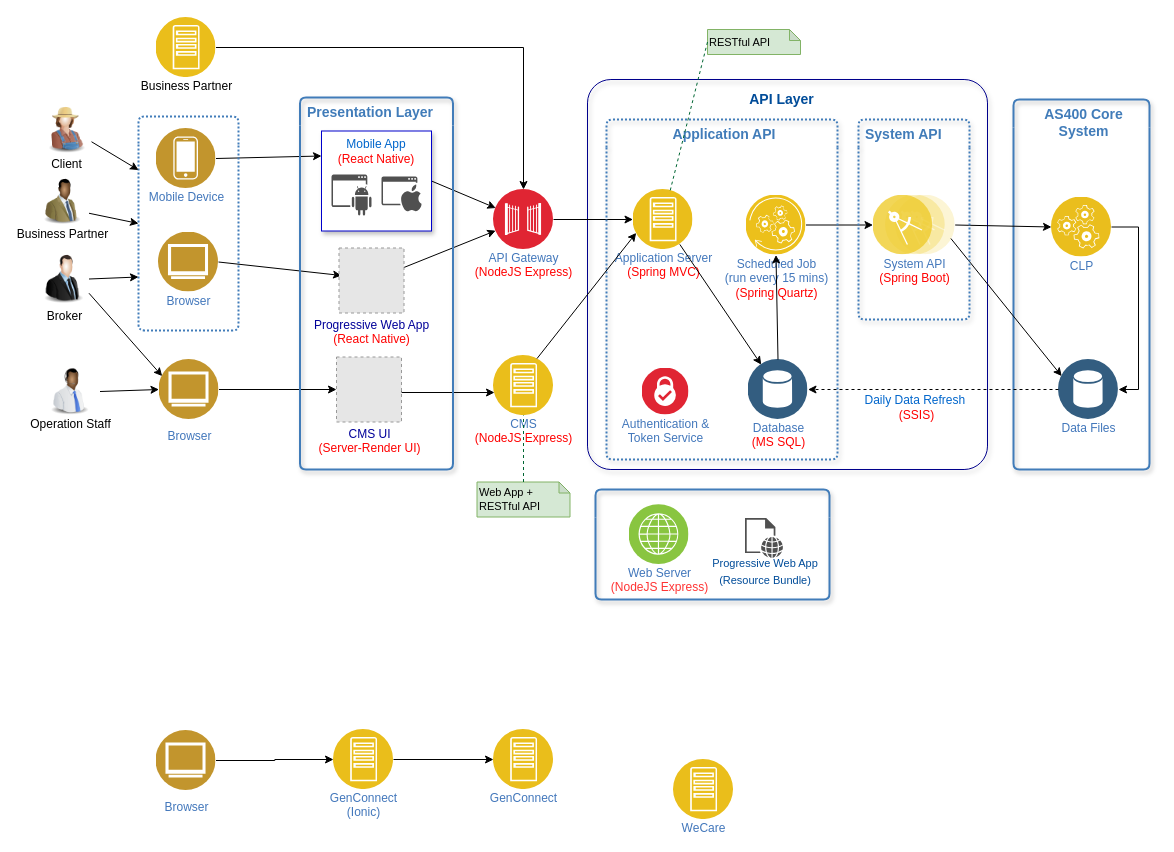
This is page "Logical Component" (1 of 3) of Target_Architecture.drawio from whalebig27/change-request-process-diagram, a draw.io file, before an edit. Source tidied: cells renumbered, new cells numbered last; positions are measured from the earlier drawing's top-left corner, leaving out a move shared by most shapes. Both pictures are drawn from the tidied source at 100%, with x=0, y=0 at pixel (36, 17). Pictures stored in the file or linked from it are replaced by grey dashed boxes.
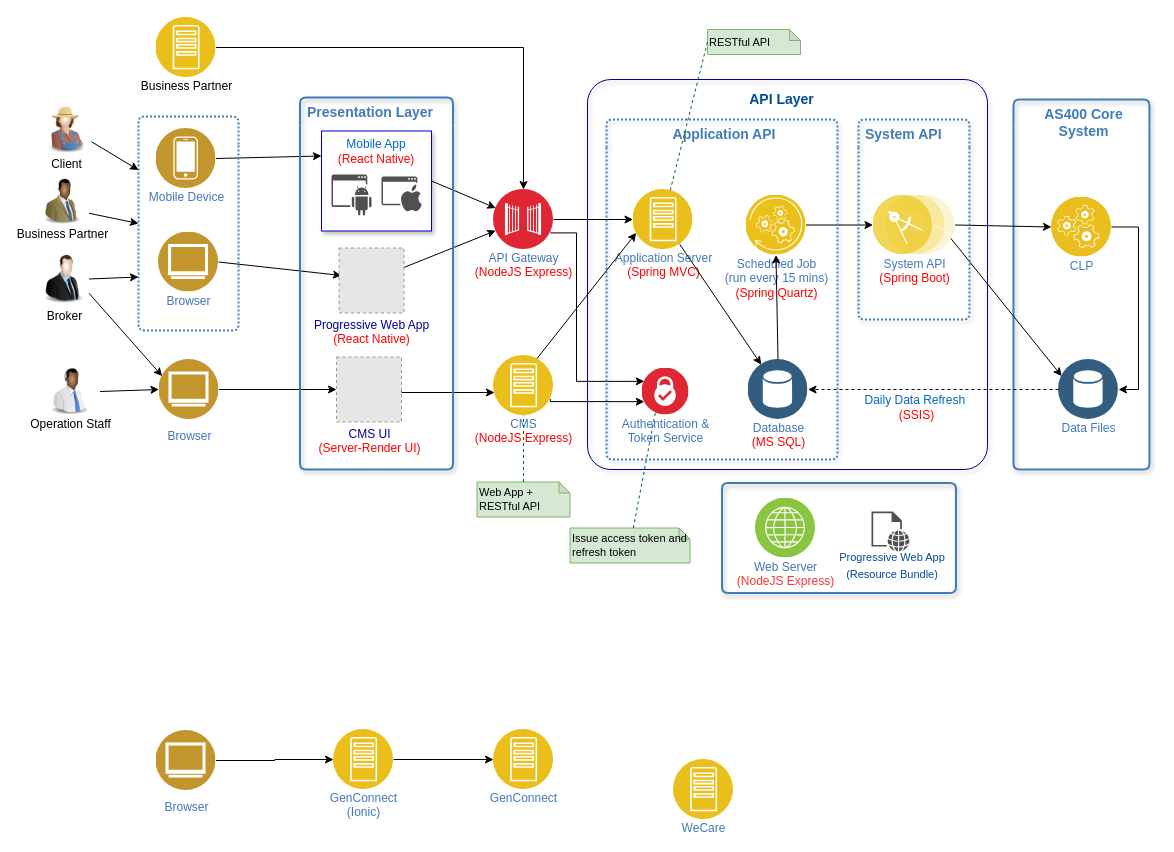
Above is the later version.

Unchanged cells that the change refers to:
```xml
<mxCell id="5" value="API Gateway&lt;br&gt;&lt;font color=&quot;#ff0000&quot;&gt;(NodeJS Express)&lt;/font&gt;&lt;br&gt;" style="perimeter=ellipsePerimeter;html=1;align=center;shadow=0;dashed=0;fontColor=#4277BB;labelBackgroundColor=#ffffff;fontSize=12;spacingTop=-5;image;image=img/lib/ibm/security/gateway.svg;" parent="1" vertex="1">
  <mxGeometry x="457" y="172" width="60" height="60" as="geometry" />
</mxCell>
<mxCell id="40" value="Authentication &amp;amp; &lt;br&gt;Token Service" style="perimeter=ellipsePerimeter;html=1;align=center;shadow=0;dashed=0;fontColor=#4277BB;labelBackgroundColor=#ffffff;fontSize=12;spacingTop=-5;image;image=img/lib/ibm/security/security_services.svg;strokeColor=#00008C;strokeWidth=1;fillColor=none;" parent="34" vertex="1">
  <mxGeometry x="35.5" y="248.5" width="47" height="47" as="geometry" />
</mxCell>
<mxCell id="54" value="&lt;font style=&quot;font-size: 12px&quot;&gt;CMS&lt;br&gt;&lt;font color=&quot;#ff0000&quot;&gt;(NodeJS Express)&lt;/font&gt;&lt;br&gt;&lt;/font&gt;" style="perimeter=ellipsePerimeter;html=1;align=center;shadow=0;dashed=0;fontColor=#4277BB;labelBackgroundColor=#ffffff;fontSize=12;spacingTop=-5;image;image=img/lib/ibm/applications/app_server.svg;" parent="1" vertex="1">
  <mxGeometry x="457" y="338" width="60" height="60" as="geometry" />
</mxCell>
```

What changed in the source:
```diff
@@
+    <mxCell id="71" style="edgeStyle=orthogonalEdgeStyle;rounded=0;jettySize=auto;html=1;exitX=1;exitY=0.75;exitDx=0;exitDy=0;entryX=0;entryY=0.25;entryDx=0;entryDy=0;strokeColor=#000000;fontSize=11;fontColor=#000000;" parent="1" edge="1" source="5" target="40">
+      <mxGeometry relative="1" as="geometry">
+        <Array as="points">
+          <mxPoint x="540" y="215" />
+          <mxPoint x="540" y="364" />
+        </Array>
+      </mxGeometry>
+    </mxCell>
@@
     <mxCell id="67" style="swimlane;fontStyle=0;horizontal=1;startSize=28;swimlaneLine=0;swimlaneFillColor=none;fillColor=none;rounded=1;whiteSpace=wrap;html=1;absoluteArcSize=1;arcSize=12;strokeColor=#417CB9;fontColor=#417CB9;verticalAlign=top;align=center;spacingLeft=5;dashed=0;strokeWidth=2;shadow=1;" parent="1" vertex="1">
-      <mxGeometry x="559" y="472" width="234" height="110" as="geometry" />
+      <mxGeometry x="685.5" y="465.5" width="234" height="110" as="geometry" />
     </mxCell>
@@
+    <mxCell id="72" style="edgeStyle=orthogonalEdgeStyle;rounded=0;jettySize=auto;html=1;exitX=1;exitY=0.75;exitDx=0;exitDy=0;strokeColor=#000000;fontSize=11;fontColor=#000000;entryX=0;entryY=0.75;entryDx=0;entryDy=0;" parent="1" edge="1" source="54" target="40">
+      <mxGeometry relative="1" as="geometry">
+        <Array as="points">
+          <mxPoint x="514" y="384" />
+        </Array>
+      </mxGeometry>
+    </mxCell>
+    <mxCell id="73" value="Issue access token and refresh token" style="shape=note;whiteSpace=wrap;html=1;backgroundOutline=1;darkOpacity=0.05;size=11;fillColor=#d5e8d4;strokeColor=#82b366;fontSize=11;align=left;" parent="1" vertex="1">
+      <mxGeometry x="533.5" y="510.5" width="120" height="35" as="geometry" />
+    </mxCell>
+    <mxCell id="74" style="endArrow=none;dashed=1;html=1;fontSize=11;strokeColor=#006633;entryX=0.25;entryY=1;entryDx=0;entryDy=0;" parent="1" edge="1" source="73" target="40">
+      <mxGeometry relative="1" as="geometry" />
+    </mxCell>
```
